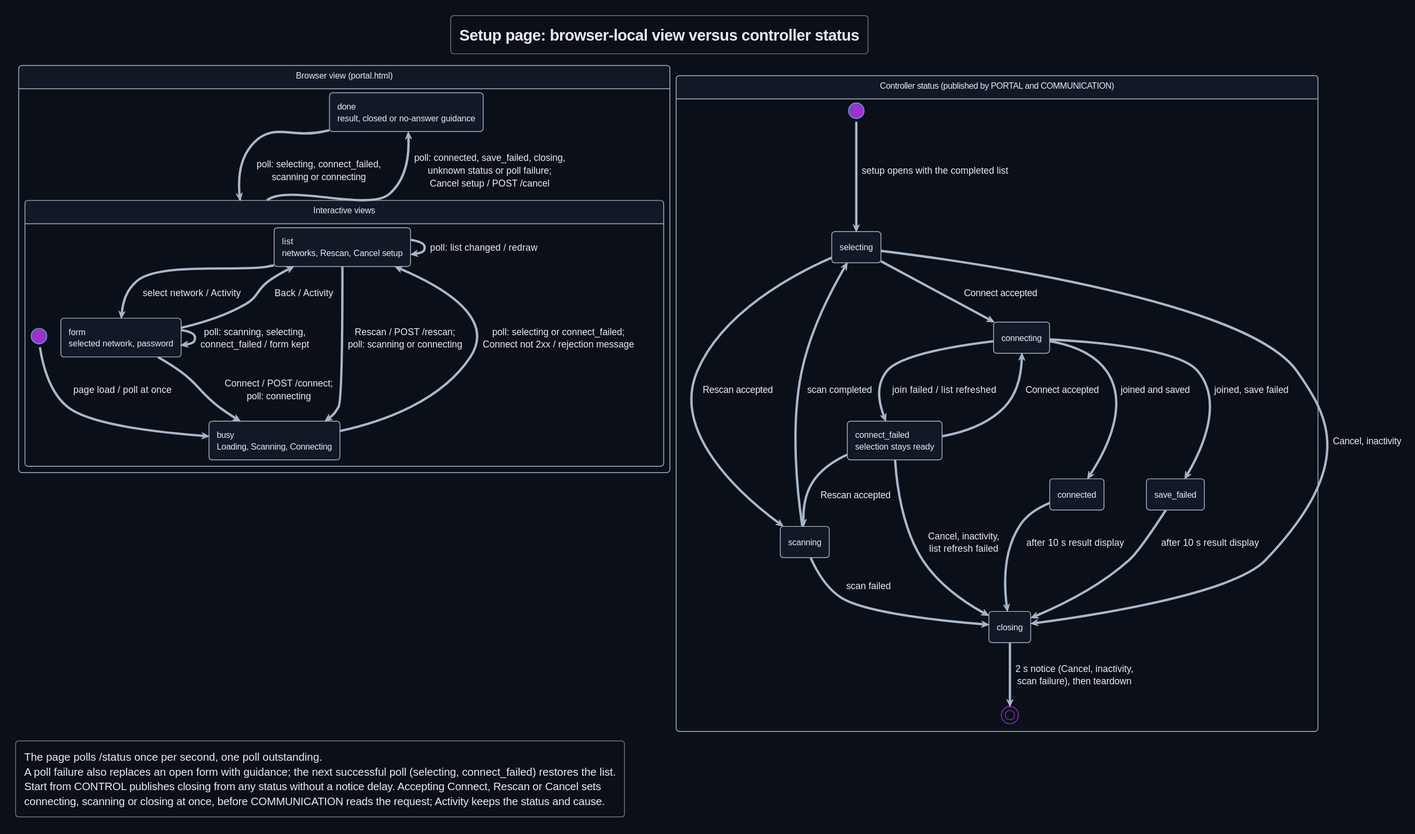
Before: Development/system/design/PORTAL/rendered/page_state.svg, a diagram exported from PlantUML (DemonicPsychoII/DigitalStethoscope).
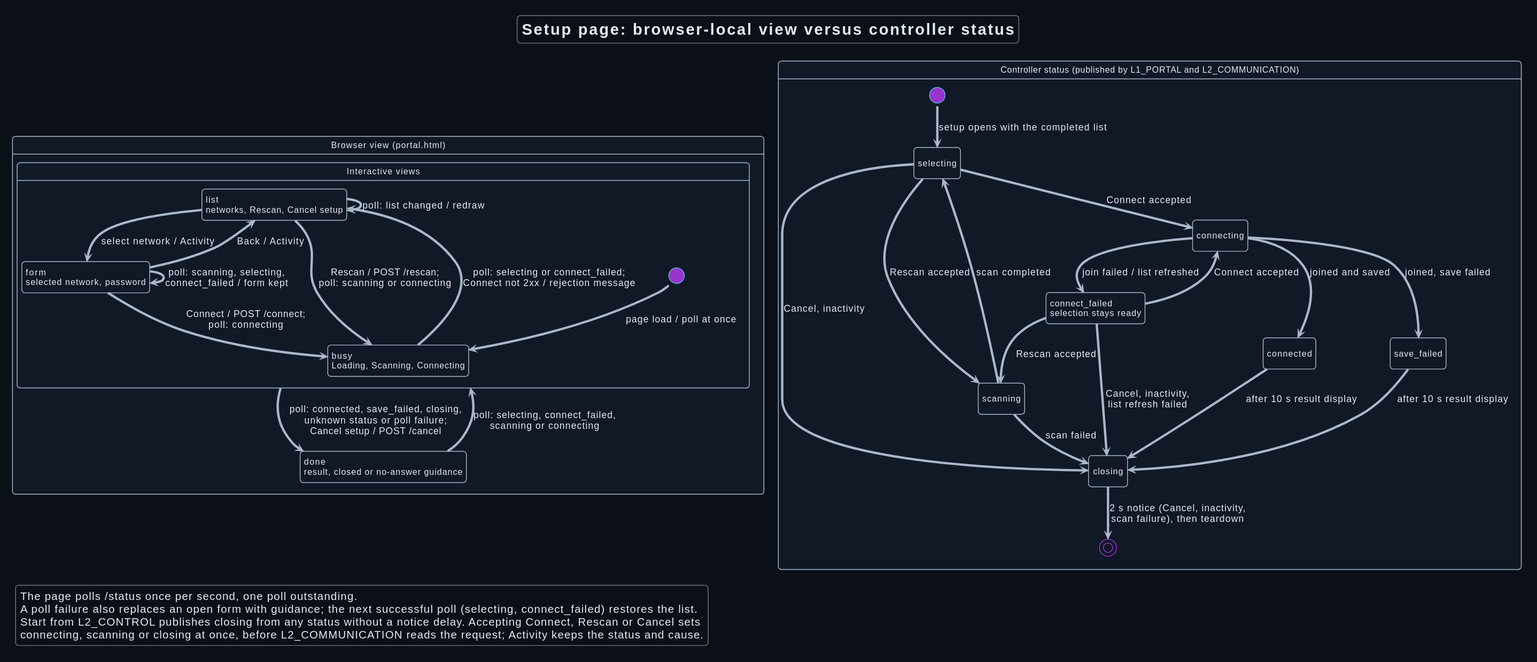
After the commit.

The edit, as a diff of the source:
```diff
@@ -32,7 +32,7 @@
  Done --> Interactive : poll: selecting, connect_failed,\nscanning or connecting
 }
 
-state "Controller status (published by PORTAL and COMMUNICATION)" as Controller {
+state "Controller status (published by L1_PORTAL and L2_COMMUNICATION)" as Controller {
  state "selecting" as Selecting
  state "scanning" as Scanning
  state "connecting" as Connecting
@@ -62,7 +62,7 @@
 legend bottom left
  The page polls /status once per second, one poll outstanding.
  A poll failure also replaces an open form with guidance; the next successful poll (selecting, connect_failed) restores the list.
- Start from CONTROL publishes closing from any status without a notice delay. Accepting Connect, Rescan or Cancel sets
- connecting, scanning or closing at once, before COMMUNICATION reads the request; Activity keeps the status and cause.
+ Start from L2_CONTROL publishes closing from any status without a notice delay. Accepting Connect, Rescan or Cancel sets
+ connecting, scanning or closing at once, before L2_COMMUNICATION reads the request; Activity keeps the status and cause.
 endlegend
 @enduml
```
